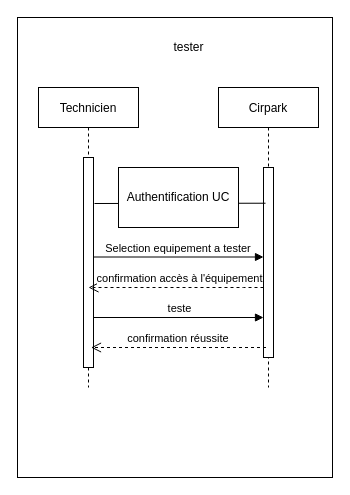
The draw.io diagram page "Tester" (3 of 5) of Cirpark Theo Maxim Matteo diagramme sequence.drawio in Theo741/Cirpark, before the edit. Source tidied: cells renumbered, new cells numbered last; positions are measured from the earlier drawing's top-left corner, leaving out a move shared by most shapes. Both pictures are drawn from the tidied source at 100%, with x=0, y=0 at pixel (17, 17).
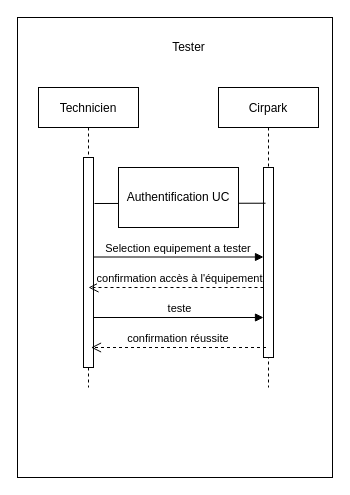
After the change.

What changed in the source:
```diff
@@
-    <mxCell id="7" value="tester" style="text;html=1;align=center;verticalAlign=middle;" parent="1" vertex="1">
+    <mxCell id="7" value="Tester" style="text;html=1;align=center;verticalAlign=middle;" parent="1" vertex="1">
       <mxGeometry x="146" y="20" width="50" height="20" as="geometry" />
     </mxCell>
```
